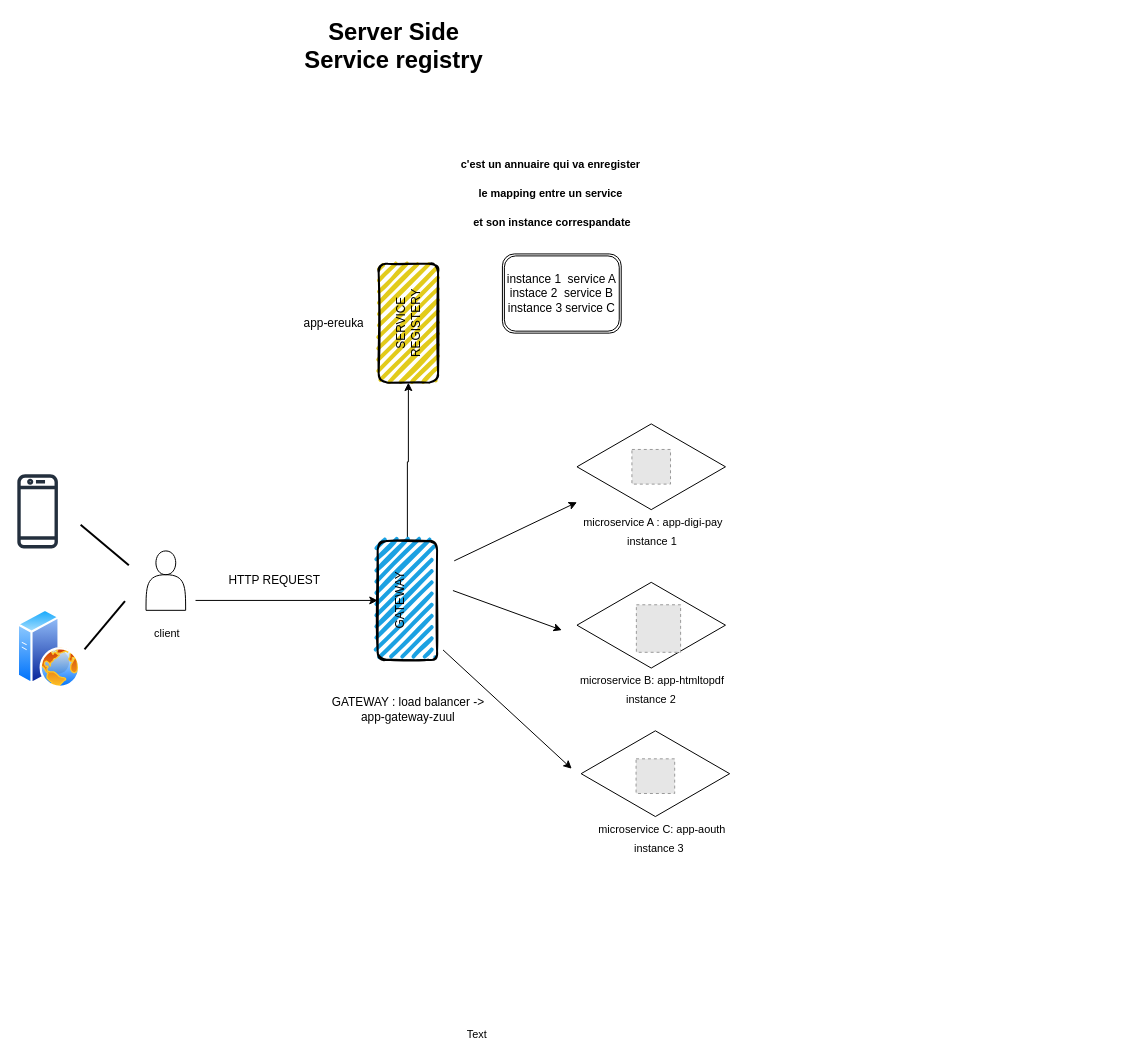
The draw.io diagram Diagramme sans nom.drawio in EmiraDga/2D, before the edit. Source tidied: cells renumbered, new cells numbered last; positions are measured from the earlier drawing's top-left corner, leaving out a move shared by most shapes. Both pictures are drawn from the tidied source at 99%, with x=0, y=0 at pixel (17, 26). Pictures stored in the file or linked from it are replaced by grey dashed boxes.
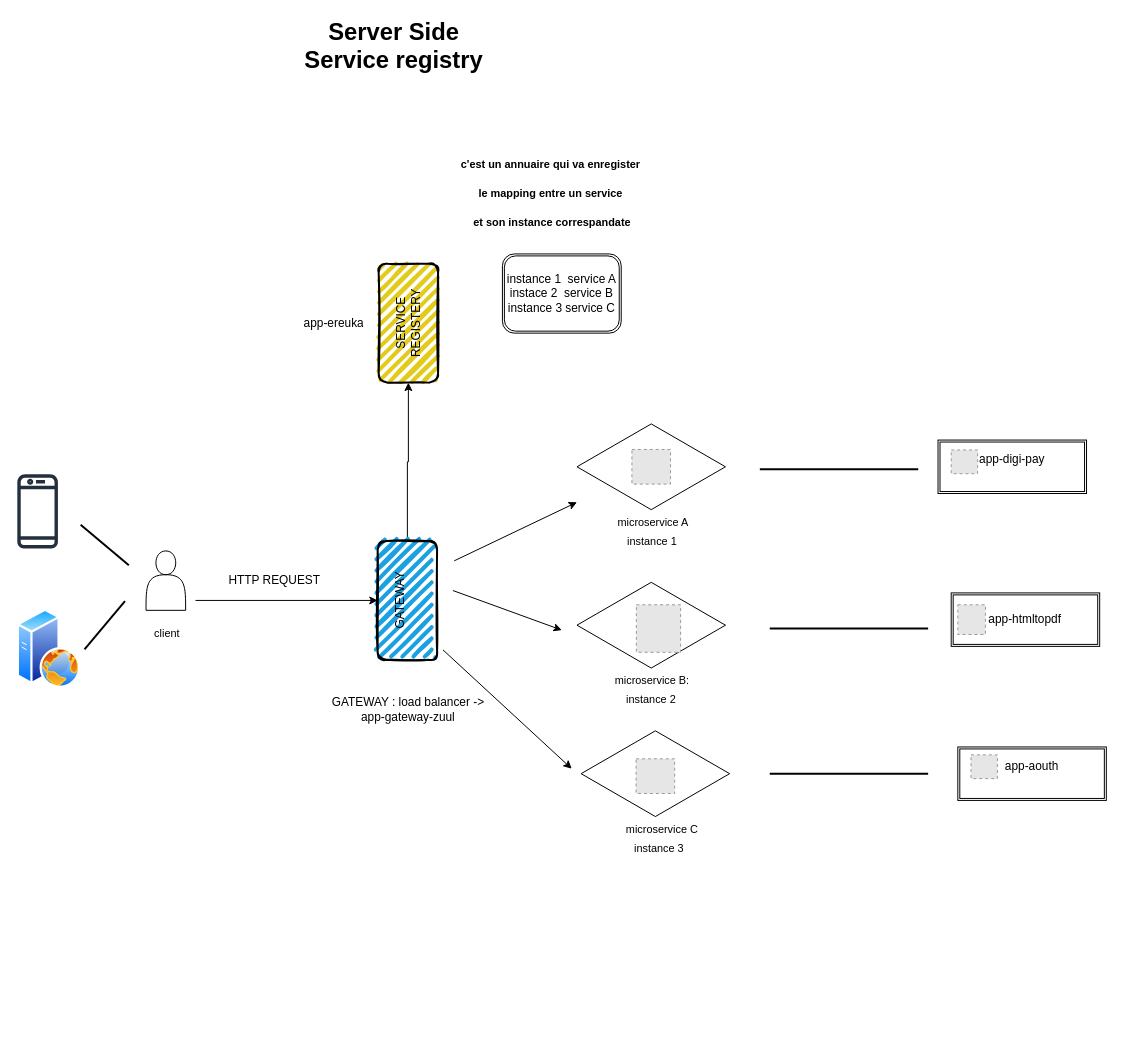
After the change.

Commit message (it also covers changes not shown here):
Mettre à jour Diagramme sans nom.drawio

The change refers to these unchanged cells:
```xml
<mxCell id="3" style="endArrow=classic;html=1;rounded=0;" parent="1" edge="1" target="9">
  <mxGeometry relative="1" as="geometry">
    <mxPoint x="180" y="580" as="sourcePoint" />
  </mxGeometry>
</mxCell>
<mxCell id="22" style="endArrow=classic;html=1;rounded=0;" parent="1" edge="1">
  <mxGeometry relative="1" as="geometry">
    <mxPoint x="430" y="630" as="sourcePoint" />
    <mxPoint x="560" y="750" as="targetPoint" />
  </mxGeometry>
</mxCell>
```

Diff of the diagram source:
```diff
@@
-    <mxCell id="4" value="microservice C: app-aouth" style="edgeLabel;html=1;align=center;verticalAlign=middle;" parent="3" vertex="1">
+    <mxCell id="4" value="microservice C" style="edgeLabel;html=1;align=center;verticalAlign=middle;" parent="3" vertex="1">
       <mxGeometry x="-0.02" y="-2" relative="1" as="geometry">
         <mxPoint x="380" y="228" as="offset" />
       </mxGeometry>
     </mxCell>
@@
-    <mxCell id="6" value="microservice B: app-htmltopdf" style="edgeLabel;html=1;align=center;verticalAlign=middle;" parent="3" vertex="1">
+    <mxCell id="6" value="microservice B: " style="edgeLabel;html=1;align=center;verticalAlign=middle;" parent="3" vertex="1">
       <mxGeometry x="-0.07" y="-6" relative="1" as="geometry">
         <mxPoint x="374" y="74" as="offset" />
       </mxGeometry>
     </mxCell>
-    <mxCell id="7" value="microservice A : app-digi-pay" style="edgeLabel;html=1;align=center;verticalAlign=middle;" parent="3" vertex="1">
+    <mxCell id="7" value="microservice A " style="edgeLabel;html=1;align=center;verticalAlign=middle;" parent="3" vertex="1">
       <mxGeometry x="-0.1" y="-1" relative="1" as="geometry">
         <mxPoint x="378" y="-81" as="offset" />
       </mxGeometry>
     </mxCell>
@@
-    <mxCell id="23" value="Text" style="edgeLabel;html=1;align=center;verticalAlign=middle;" parent="22" vertex="1">
-      <mxGeometry x="-0.17" y="-7" relative="1" as="geometry">
-        <mxPoint x="-15" y="333" as="offset" />
-      </mxGeometry>
-    </mxCell>
@@
+    <mxCell id="35" style="line;strokeWidth=2;html=1;" parent="1" vertex="1">
+      <mxGeometry x="750" y="442.5" width="160" height="10" as="geometry" />
+    </mxCell>
+    <mxCell id="36" style="line;strokeWidth=2;html=1;" parent="1" vertex="1">
+      <mxGeometry x="760" y="603.4" width="160" height="10" as="geometry" />
+    </mxCell>
+    <mxCell id="37" style="line;strokeWidth=2;html=1;" parent="1" vertex="1">
+      <mxGeometry x="760" y="750" width="160" height="10" as="geometry" />
+    </mxCell>
+    <mxCell id="38" value="&#10;app-digi-pay&#10;&#10;" style="shape=ext;double=1;rounded=0;whiteSpace=wrap;html=1;" parent="1" vertex="1">
+      <mxGeometry x="930" y="418" width="150" height="54" as="geometry" />
+    </mxCell>
+    <mxCell id="39" style="fillColor=#E6E6E6;strokeColor=#999999;dashed=1;verticalLabelPosition=bottom;labelBackgroundColor=default;verticalAlign=top;" parent="1" vertex="1">
+      <mxGeometry x="943.3" y="428" width="26.7" height="24" as="geometry" />
+    </mxCell>
+    <mxCell id="40" value="&lt;div&gt;app-aouth&lt;/div&gt;&lt;div&gt;&lt;br&gt;&lt;/div&gt;" style="shape=ext;double=1;rounded=0;whiteSpace=wrap;html=1;" parent="1" vertex="1">
+      <mxGeometry x="950" y="728" width="150" height="54" as="geometry" />
+    </mxCell>
+    <mxCell id="41" style="fillColor=#E6E6E6;strokeColor=#999999;dashed=1;verticalLabelPosition=bottom;labelBackgroundColor=default;verticalAlign=top;" parent="1" vertex="1">
+      <mxGeometry x="963.3" y="736" width="26.7" height="24" as="geometry" />
+    </mxCell>
+    <mxCell id="42" value="app-htmltopdf" style="shape=ext;double=1;rounded=0;whiteSpace=wrap;html=1;" parent="1" vertex="1">
+      <mxGeometry x="943.3" y="572.4" width="150" height="54" as="geometry" />
+    </mxCell>
+    <mxCell id="43" style="fillColor=#E6E6E6;strokeColor=#999999;dashed=1;verticalLabelPosition=bottom;labelBackgroundColor=default;verticalAlign=top;" parent="1" vertex="1">
+      <mxGeometry x="950" y="584.4" width="27.9" height="30" as="geometry" />
+    </mxCell>
```
